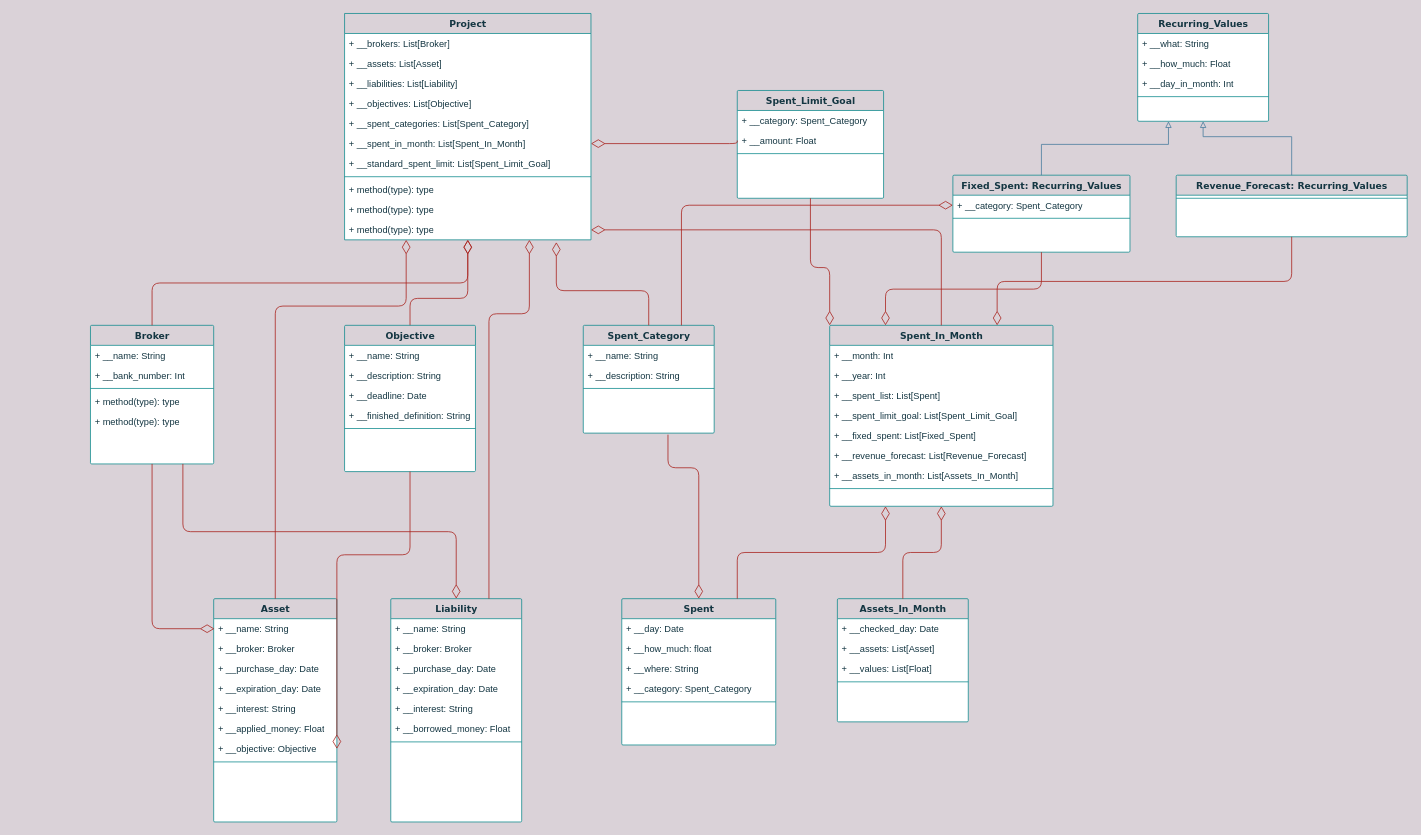
The draw.io diagram Class Diagram.drawio in gusttav-lang/Financial-Controller, before the edit. Source tidied: cells renumbered, new cells numbered last; positions are measured from the earlier drawing's top-left corner, leaving out a move shared by most shapes. Both pictures are drawn from the tidied source at 77%, with x=0, y=0 at pixel (90, 13).
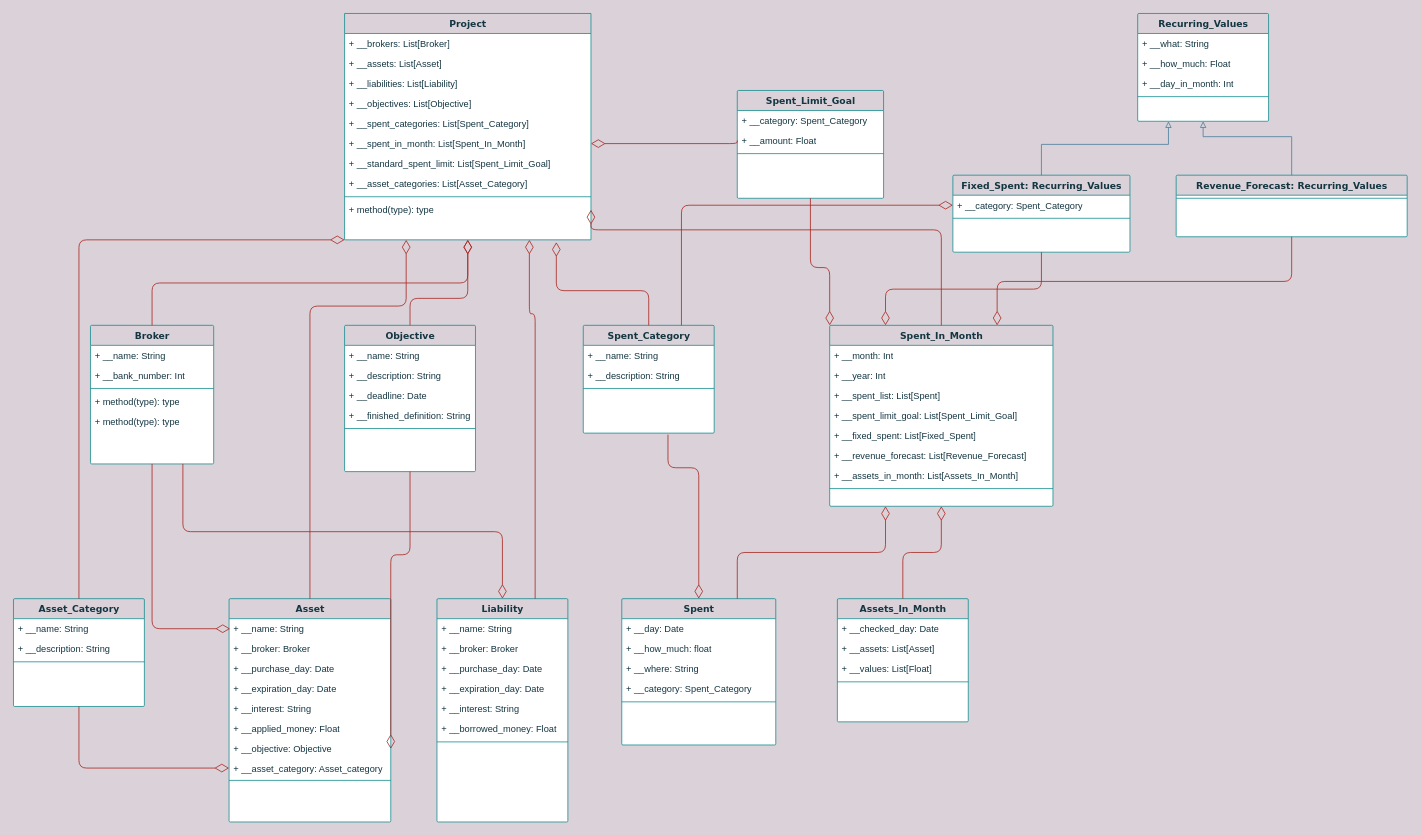
The same page after the edit.

The change refers to these unchanged cells:
```xml
<mxCell id="8" value="Project" style="swimlane;html=1;fontStyle=1;align=center;verticalAlign=top;horizontal=1;startSize=26;swimlaneFillColor=#ffffff;shadow=0;comic=0;labelBackgroundColor=none;strokeWidth=1;fillColor=none;fontFamily=Verdana;fontSize=12;strokeColor=#0F8B8D;fontColor=#143642;rounded=0;" parent="1" vertex="1">
  <mxGeometry x="330" width="320" height="294" as="geometry" />
</mxCell>
<mxCell id="50" value="Spent_In_Month" style="swimlane;html=1;fontStyle=1;align=center;verticalAlign=top;horizontal=1;startSize=26;swimlaneFillColor=#ffffff;shadow=0;comic=0;labelBackgroundColor=none;strokeWidth=1;fillColor=none;fontFamily=Verdana;fontSize=12;strokeColor=#0F8B8D;fontColor=#143642;rounded=1;arcSize=2;" parent="1" vertex="1">
  <mxGeometry x="960" y="405" width="290" height="235" as="geometry" />
</mxCell>
```

Change to the diagram source:
```diff
@@
+    <mxCell id="100" value="+ __asset_categories: List[Asset_Category]" style="text;html=1;strokeColor=none;fillColor=none;align=left;verticalAlign=top;spacingLeft=4;spacingRight=4;whiteSpace=wrap;overflow=hidden;fontColor=#143642;rounded=1;" parent="8" vertex="1">
+      <mxGeometry y="208" width="320" height="26" as="geometry" />
+    </mxCell>
     <mxCell id="16" style="line;html=1;strokeWidth=1;fillColor=none;align=left;verticalAlign=middle;spacingTop=-1;spacingLeft=3;spacingRight=3;labelPosition=right;labelBackgroundColor=#DAD2D8;strokeColor=#0F8B8D;fontColor=#143642;rounded=1;" parent="8" vertex="1">
-      <mxGeometry y="208" width="320" height="8" as="geometry" />
+      <mxGeometry y="234" width="320" height="8" as="geometry" />
     </mxCell>
     <mxCell id="17" value="+ method(type): type" style="text;html=1;strokeColor=none;fillColor=none;align=left;verticalAlign=top;spacingLeft=4;spacingRight=4;whiteSpace=wrap;overflow=hidden;fontColor=#143642;rounded=1;" parent="8" vertex="1">
-      <mxGeometry y="216" width="320" height="26" as="geometry" />
+      <mxGeometry y="242" width="320" height="26" as="geometry" />
     </mxCell>
-    <mxCell id="18" value="+ method(type): type" style="text;html=1;strokeColor=none;fillColor=none;align=left;verticalAlign=top;spacingLeft=4;spacingRight=4;whiteSpace=wrap;overflow=hidden;fontColor=#143642;rounded=1;" parent="8" vertex="1">
-      <mxGeometry y="242" width="320" height="26" as="geometry" />
-    </mxCell>
-    <mxCell id="19" value="+ method(type): type" style="text;html=1;strokeColor=none;fillColor=none;align=left;verticalAlign=top;spacingLeft=4;spacingRight=4;whiteSpace=wrap;overflow=hidden;points=[[0,0.5],[1,0.5]];portConstraint=eastwest;fontColor=#143642;rounded=1;" parent="8" vertex="1">
-      <mxGeometry y="268" width="320" height="26" as="geometry" />
-    </mxCell>
@@
     <mxCell id="21" value="Asset" style="swimlane;html=1;fontStyle=1;align=center;verticalAlign=top;horizontal=1;startSize=26;swimlaneFillColor=#ffffff;shadow=0;comic=0;labelBackgroundColor=none;strokeWidth=1;fillColor=none;fontFamily=Verdana;fontSize=12;strokeColor=#0F8B8D;fontColor=#143642;rounded=1;arcSize=2;" parent="1" vertex="1">
-      <mxGeometry x="160" y="760" width="160" height="290" as="geometry" />
+      <mxGeometry x="180" y="760" width="210" height="290" as="geometry" />
     </mxCell>
     <mxCell id="22" value="+ __name: String" style="text;html=1;strokeColor=none;fillColor=none;align=left;verticalAlign=top;spacingLeft=4;spacingRight=4;whiteSpace=wrap;overflow=hidden;points=[[0,0.5],[1,0.5]];portConstraint=eastwest;fontColor=#143642;rounded=1;" parent="21" vertex="1">
-      <mxGeometry y="26" width="160" height="26" as="geometry" />
+      <mxGeometry y="26" width="210" height="26" as="geometry" />
     </mxCell>
     <mxCell id="23" value="+ __broker: Broker" style="text;html=1;strokeColor=none;fillColor=none;align=left;verticalAlign=top;spacingLeft=4;spacingRight=4;whiteSpace=wrap;overflow=hidden;fontColor=#143642;rounded=1;" parent="21" vertex="1">
-      <mxGeometry y="52" width="160" height="26" as="geometry" />
+      <mxGeometry y="52" width="210" height="26" as="geometry" />
     </mxCell>
     <mxCell id="24" value="+ __purchase_day: Date" style="text;html=1;strokeColor=none;fillColor=none;align=left;verticalAlign=top;spacingLeft=4;spacingRight=4;whiteSpace=wrap;overflow=hidden;fontColor=#143642;rounded=1;" parent="21" vertex="1">
-      <mxGeometry y="78" width="160" height="26" as="geometry" />
+      <mxGeometry y="78" width="210" height="26" as="geometry" />
     </mxCell>
     <mxCell id="25" value="+ __expiration_day: Date" style="text;html=1;strokeColor=none;fillColor=none;align=left;verticalAlign=top;spacingLeft=4;spacingRight=4;whiteSpace=wrap;overflow=hidden;fontColor=#143642;rounded=1;" parent="21" vertex="1">
-      <mxGeometry y="104" width="160" height="26" as="geometry" />
+      <mxGeometry y="104" width="210" height="26" as="geometry" />
     </mxCell>
     <mxCell id="26" value="+ __interest: String" style="text;html=1;strokeColor=none;fillColor=none;align=left;verticalAlign=top;spacingLeft=4;spacingRight=4;whiteSpace=wrap;overflow=hidden;fontColor=#143642;rounded=1;" parent="21" vertex="1">
-      <mxGeometry y="130" width="160" height="26" as="geometry" />
+      <mxGeometry y="130" width="210" height="26" as="geometry" />
     </mxCell>
     <mxCell id="27" value="+ __applied_money: Float" style="text;html=1;strokeColor=none;fillColor=none;align=left;verticalAlign=top;spacingLeft=4;spacingRight=4;whiteSpace=wrap;overflow=hidden;fontColor=#143642;rounded=1;" parent="21" vertex="1">
-      <mxGeometry y="156" width="160" height="26" as="geometry" />
+      <mxGeometry y="156" width="210" height="26" as="geometry" />
     </mxCell>
     <mxCell id="28" value="+ __objective: Objective" style="text;html=1;strokeColor=none;fillColor=none;align=left;verticalAlign=top;spacingLeft=4;spacingRight=4;whiteSpace=wrap;overflow=hidden;points=[[0,0.5],[1,0.5]];portConstraint=eastwest;fontColor=#143642;rounded=1;" parent="21" vertex="1">
-      <mxGeometry y="182" width="160" height="26" as="geometry" />
+      <mxGeometry y="182" width="210" height="26" as="geometry" />
     </mxCell>
+    <mxCell id="101" value="+ __asset_category: Asset_category" style="text;html=1;strokeColor=none;fillColor=none;align=left;verticalAlign=top;spacingLeft=4;spacingRight=4;whiteSpace=wrap;overflow=hidden;points=[[0,0.5],[1,0.5]];portConstraint=eastwest;fontColor=#143642;rounded=1;" parent="21" vertex="1">
+      <mxGeometry y="208" width="210" height="24" as="geometry" />
+    </mxCell>
     <mxCell id="29" style="line;html=1;strokeWidth=1;fillColor=none;align=left;verticalAlign=middle;spacingTop=-1;spacingLeft=3;spacingRight=3;labelPosition=right;labelBackgroundColor=#DAD2D8;strokeColor=#0F8B8D;fontColor=#143642;rounded=1;" parent="21" vertex="1">
-      <mxGeometry y="208" width="160" height="8" as="geometry" />
+      <mxGeometry y="232" width="210" height="8" as="geometry" />
     </mxCell>
@@
     <mxCell id="32" value="Liability" style="swimlane;html=1;fontStyle=1;align=center;verticalAlign=top;horizontal=1;startSize=26;swimlaneFillColor=#ffffff;shadow=0;comic=0;labelBackgroundColor=none;strokeWidth=1;fillColor=none;fontFamily=Verdana;fontSize=12;strokeColor=#0F8B8D;fontColor=#143642;rounded=1;arcSize=2;" parent="1" vertex="1">
-      <mxGeometry x="390" y="760" width="170" height="290" as="geometry" />
+      <mxGeometry x="450" y="760" width="170" height="290" as="geometry" />
     </mxCell>
@@
-    <mxCell id="92" style="edgeStyle=elbowEdgeStyle;html=1;labelBackgroundColor=none;startFill=0;startSize=8;endArrow=diamondThin;endFill=0;endSize=16;fontFamily=Verdana;fontSize=12;elbow=vertical;strokeColor=#A8201A;fontColor=#143642;exitX=0.5;exitY=0;exitDx=0;exitDy=0;entryX=1;entryY=0.5;entryDx=0;entryDy=0;" parent="1" edge="1" source="50" target="19">
+    <mxCell id="92" style="edgeStyle=elbowEdgeStyle;html=1;labelBackgroundColor=none;startFill=0;startSize=8;endArrow=diamondThin;endFill=0;endSize=16;fontFamily=Verdana;fontSize=12;elbow=vertical;strokeColor=#A8201A;fontColor=#143642;exitX=0.5;exitY=0;exitDx=0;exitDy=0;entryX=1;entryY=0.5;entryDx=0;entryDy=0;" parent="1" edge="1" source="50">
       <mxGeometry relative="1" as="geometry">
+        <mxPoint x="650" y="255" as="targetPoint" />
         <Array as="points">
           <mxPoint x="870" y="281" />
         </Array>
       </mxGeometry>
     </mxCell>
@@
+    <mxCell id="102" value="Asset_Category" style="swimlane;html=1;fontStyle=1;align=center;verticalAlign=top;horizontal=1;startSize=26;swimlaneFillColor=#ffffff;shadow=0;comic=0;labelBackgroundColor=none;strokeWidth=1;fillColor=none;fontFamily=Verdana;fontSize=12;strokeColor=#0F8B8D;fontColor=#143642;rounded=1;arcSize=2;" parent="1" vertex="1">
+      <mxGeometry x="-100" y="760" width="170" height="140" as="geometry" />
+    </mxCell>
+    <mxCell id="103" value="+ __name: String" style="text;html=1;strokeColor=none;fillColor=none;align=left;verticalAlign=top;spacingLeft=4;spacingRight=4;whiteSpace=wrap;overflow=hidden;fontColor=#143642;rounded=1;" parent="102" vertex="1">
+      <mxGeometry y="26" width="170" height="26" as="geometry" />
+    </mxCell>
+    <mxCell id="104" value="+ __description: String" style="text;html=1;strokeColor=none;fillColor=none;align=left;verticalAlign=top;spacingLeft=4;spacingRight=4;whiteSpace=wrap;overflow=hidden;fontColor=#143642;rounded=1;" parent="102" vertex="1">
+      <mxGeometry y="52" width="170" height="26" as="geometry" />
+    </mxCell>
+    <mxCell id="105" style="line;html=1;strokeWidth=1;fillColor=none;align=left;verticalAlign=middle;spacingTop=-1;spacingLeft=3;spacingRight=3;labelPosition=right;labelBackgroundColor=#DAD2D8;strokeColor=#0F8B8D;fontColor=#143642;rounded=1;" parent="102" vertex="1">
+      <mxGeometry y="78" width="170" height="8" as="geometry" />
+    </mxCell>
+    <mxCell id="106" style="edgeStyle=elbowEdgeStyle;html=1;labelBackgroundColor=none;startFill=0;startSize=8;endArrow=diamondThin;endFill=0;endSize=16;fontFamily=Verdana;fontSize=12;elbow=vertical;strokeColor=#A8201A;fontColor=#143642;exitX=0.5;exitY=1;exitDx=0;exitDy=0;entryX=0;entryY=0.5;entryDx=0;entryDy=0;" parent="1" edge="1" source="102" target="101">
+      <mxGeometry relative="1" as="geometry">
+        <Array as="points">
+          <mxPoint x="80" y="980" />
+          <mxPoint x="120" y="750" />
+        </Array>
+      </mxGeometry>
+    </mxCell>
+    <mxCell id="107" style="edgeStyle=elbowEdgeStyle;html=1;labelBackgroundColor=none;startFill=0;startSize=8;endArrow=diamondThin;endFill=0;endSize=16;fontFamily=Verdana;fontSize=12;elbow=vertical;strokeColor=#A8201A;fontColor=#143642;exitX=0.5;exitY=0;exitDx=0;exitDy=0;entryX=0;entryY=1;entryDx=0;entryDy=0;" parent="1" edge="1" source="102" target="8">
+      <mxGeometry relative="1" as="geometry">
+        <Array as="points">
+          <mxPoint x="160" y="294" />
+        </Array>
+      </mxGeometry>
+    </mxCell>
```
